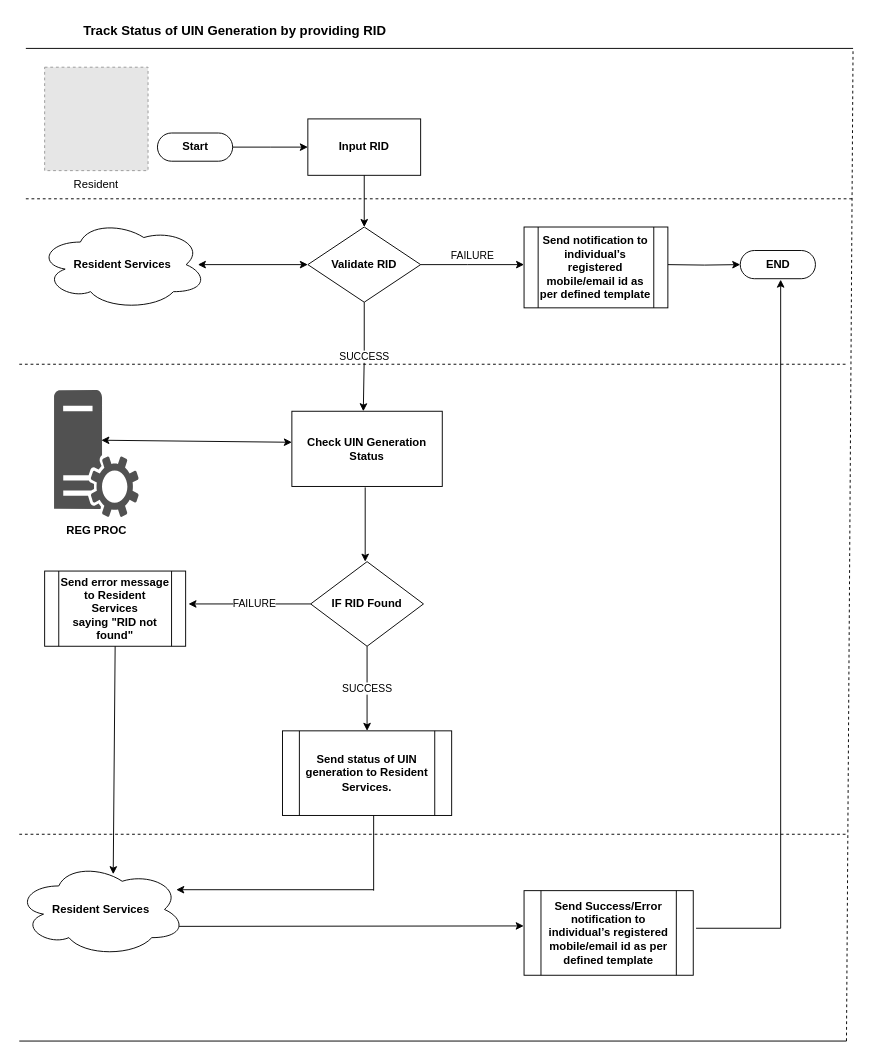
ssenmosip/mosip-temp-documentation keeps this draw.io diagram as page "MOS-23861" (2 of 12) of _files/requirements/final_process_flows/Resident Service.drawio. Above is the earlier version. Source tidied: cells renumbered, new cells numbered last; positions are measured from the earlier drawing's top-left corner, leaving out a move shared by most shapes. Both pictures are drawn from the tidied source at 94%, with x=0, y=0 at pixel (16, 16). Pictures stored in the file or linked from it are replaced by grey dashed boxes.
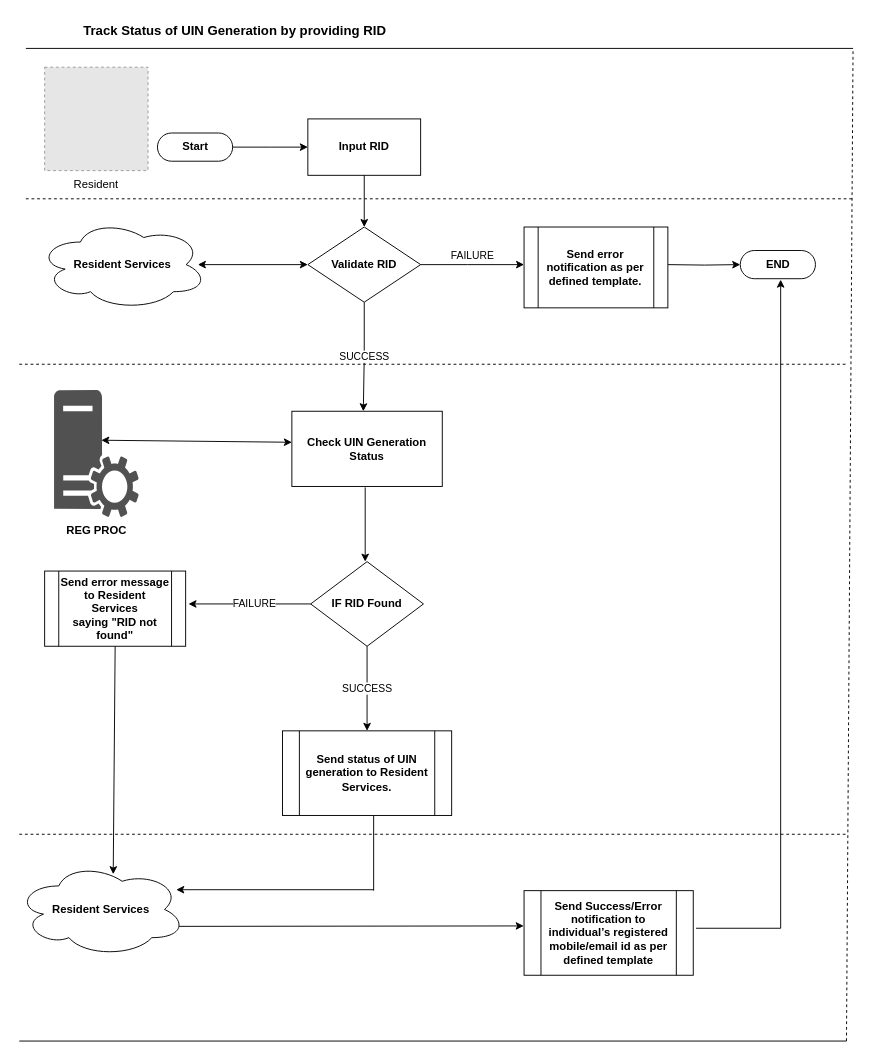
After the change.

What changed in the source:
```diff
@@
-    <mxCell id="13" value="&lt;b&gt;Send notification to individual’s registered mobile/email id as per defined template&lt;/b&gt;" style="shape=process;whiteSpace=wrap;html=1;backgroundOutline=1;" parent="1" vertex="1">
+    <mxCell id="13" value="&lt;b style=&quot;white-space: normal&quot;&gt;Send error notification as per defined template.&lt;/b&gt;" style="shape=process;whiteSpace=wrap;html=1;backgroundOutline=1;" parent="1" vertex="1">
       <mxGeometry x="540" y="224" width="153" height="86" as="geometry" />
     </mxCell>
```
